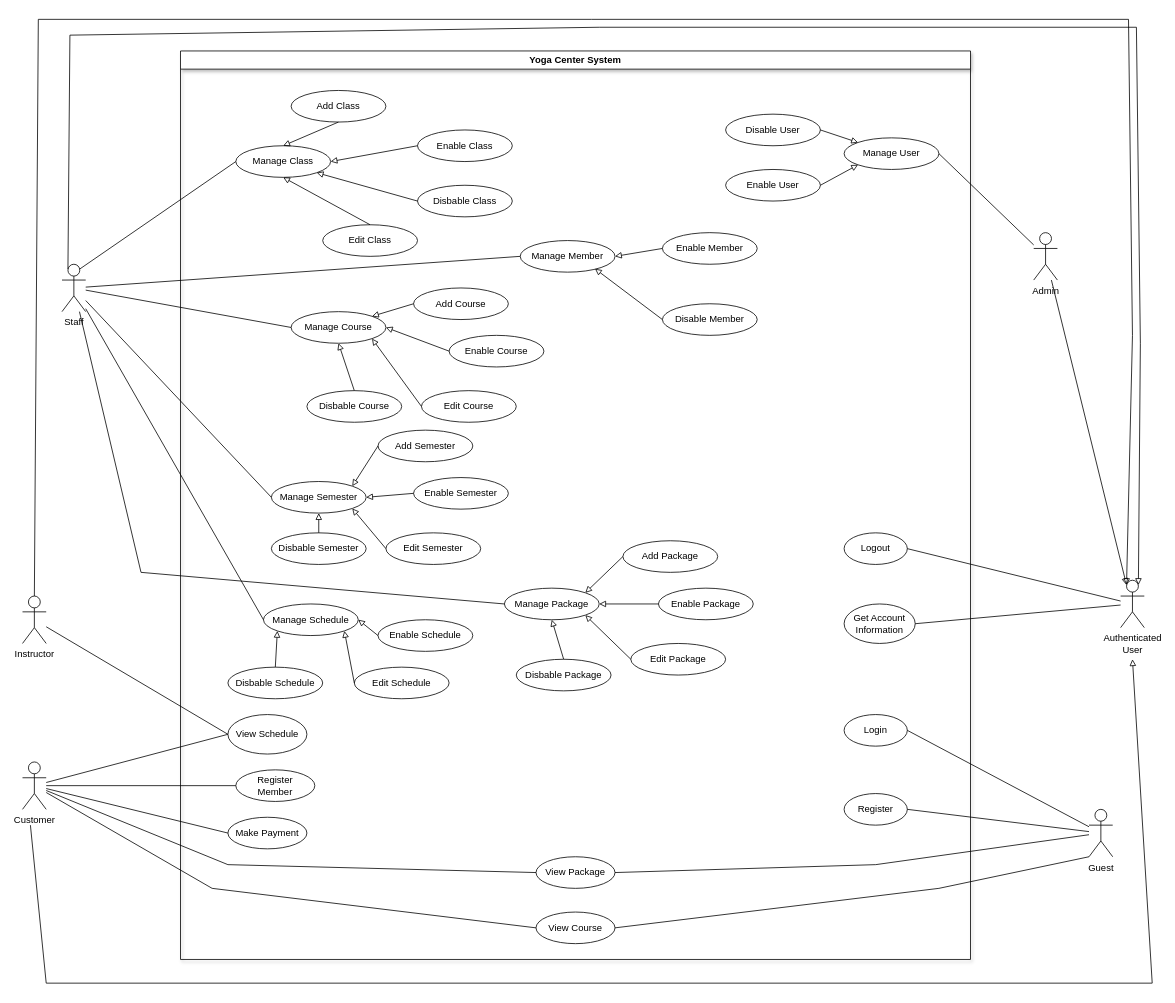
Above: page "SWR1" (4 of 4) of Untitled Diagram.drawio in minhng-178/web-starter-projects (draw.io), before the change. Source tidied: cells renumbered, new cells numbered last; positions are measured from the earlier drawing's top-left corner, leaving out a move shared by most shapes. Both pictures are drawn from the tidied source at 79%, with x=0, y=0 at pixel (22, 19).
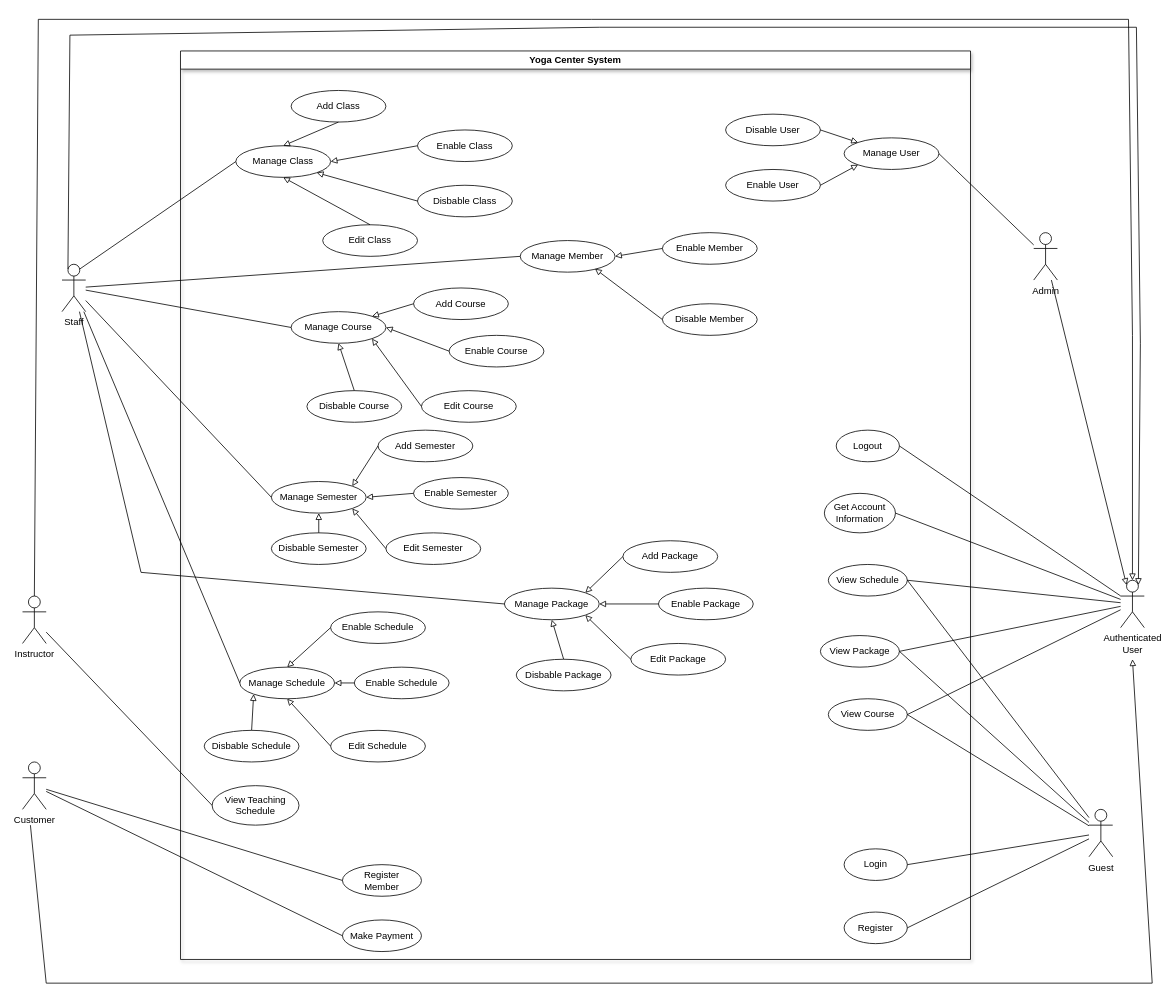
The same diagram, later.

Commit message:
Cập nhật Untitled Diagram.drawio

The change refers to these unchanged cells:
```xml
<mxCell id="2" value="Yoga Center System" style="swimlane;whiteSpace=wrap;html=1;shadow=1;fontStyle=1;" parent="1" vertex="1">
  <mxGeometry x="200" y="40" width="1000" height="1150" as="geometry" />
</mxCell>
<mxCell id="66" value="Instructor" style="shape=umlActor;verticalLabelPosition=bottom;verticalAlign=top;html=1;outlineConnect=0;" parent="1" vertex="1">
  <mxGeometry y="730" width="30" height="60" as="geometry" />
</mxCell>
<mxCell id="67" value="Customer" style="shape=umlActor;verticalLabelPosition=bottom;verticalAlign=top;html=1;outlineConnect=0;" parent="1" vertex="1">
  <mxGeometry y="940" width="30" height="60" as="geometry" />
</mxCell>
<mxCell id="69" value="Authenticated&lt;br&gt;User" style="shape=umlActor;verticalLabelPosition=bottom;verticalAlign=top;html=1;outlineConnect=0;" parent="1" vertex="1">
  <mxGeometry x="1390" y="710" width="30" height="60" as="geometry" />
</mxCell>
<mxCell id="70" value="Guest" style="shape=umlActor;verticalLabelPosition=bottom;verticalAlign=top;html=1;outlineConnect=0;" parent="1" vertex="1">
  <mxGeometry x="1350" y="1000" width="30" height="60" as="geometry" />
</mxCell>
```

What changed in the source:
```diff
@@
     <mxCell id="3" value="Login" style="ellipse;whiteSpace=wrap;html=1;" parent="2" vertex="1">
-      <mxGeometry x="840" y="840" width="80" height="40" as="geometry" />
+      <mxGeometry x="840" y="1010" width="80" height="40" as="geometry" />
     </mxCell>
     <mxCell id="4" value="Register" style="ellipse;whiteSpace=wrap;html=1;" parent="2" vertex="1">
-      <mxGeometry x="840" y="940" width="80" height="40" as="geometry" />
+      <mxGeometry x="840" y="1090" width="80" height="40" as="geometry" />
     </mxCell>
     <mxCell id="5" value="Logout" style="ellipse;whiteSpace=wrap;html=1;" parent="2" vertex="1">
-      <mxGeometry x="840" y="610" width="80" height="40" as="geometry" />
+      <mxGeometry x="830" y="480" width="80" height="40" as="geometry" />
     </mxCell>
     <mxCell id="6" value="Get Account Information" style="ellipse;whiteSpace=wrap;html=1;" parent="2" vertex="1">
-      <mxGeometry x="840" y="700" width="90" height="50" as="geometry" />
+      <mxGeometry x="815" y="560" width="90" height="50" as="geometry" />
     </mxCell>
@@
     <mxCell id="10" value="View Course" style="ellipse;whiteSpace=wrap;html=1;" parent="2" vertex="1">
-      <mxGeometry x="450" y="1090" width="100" height="40" as="geometry" />
+      <mxGeometry x="820" y="820" width="100" height="40" as="geometry" />
     </mxCell>
     <mxCell id="11" value="Register &lt;br&gt;Member" style="ellipse;whiteSpace=wrap;html=1;" parent="2" vertex="1">
-      <mxGeometry x="70" y="910" width="100" height="40" as="geometry" />
+      <mxGeometry x="205" y="1030" width="100" height="40" as="geometry" />
     </mxCell>
-    <mxCell id="12" value="View Schedule" style="ellipse;whiteSpace=wrap;html=1;" parent="2" vertex="1">
-      <mxGeometry x="60" y="840" width="100" height="50" as="geometry" />
+    <mxCell id="12" value="View Teaching&lt;br&gt;Schedule" style="ellipse;whiteSpace=wrap;html=1;" parent="2" vertex="1">
+      <mxGeometry x="40" y="930" width="110" height="50" as="geometry" />
     </mxCell>
@@
     <mxCell id="34" value="Enable Schedule" style="ellipse;whiteSpace=wrap;html=1;" parent="2" vertex="1">
-      <mxGeometry x="250" y="720" width="120" height="40" as="geometry" />
+      <mxGeometry x="220" y="780" width="120" height="40" as="geometry" />
     </mxCell>
@@
     <mxCell id="36" value="Disbable Schedule" style="ellipse;whiteSpace=wrap;html=1;" parent="2" vertex="1">
-      <mxGeometry x="60" y="780" width="120" height="40" as="geometry" />
+      <mxGeometry x="30" y="860" width="120" height="40" as="geometry" />
     </mxCell>
     <mxCell id="37" value="Edit Schedule" style="ellipse;whiteSpace=wrap;html=1;" parent="2" vertex="1">
-      <mxGeometry x="220" y="780" width="120" height="40" as="geometry" />
+      <mxGeometry x="190" y="860" width="120" height="40" as="geometry" />
     </mxCell>
@@
-    <mxCell id="39" style="endArrow=block;html=1;rounded=0;endFill=0;exitX=0;exitY=0.5;exitDx=0;exitDy=0;entryX=1;entryY=1;entryDx=0;entryDy=0;" parent="2" edge="1" source="37" target="40">
+    <mxCell id="39" style="endArrow=block;html=1;rounded=0;endFill=0;exitX=0;exitY=0.5;exitDx=0;exitDy=0;entryX=0.5;entryY=1;entryDx=0;entryDy=0;" parent="2" edge="1" source="37" target="40">
       <mxGeometry relative="1" as="geometry" />
     </mxCell>
     <mxCell id="40" value="Manage Schedule" style="ellipse;whiteSpace=wrap;html=1;" parent="2" vertex="1">
-      <mxGeometry x="105" y="700" width="120" height="40" as="geometry" />
+      <mxGeometry x="75" y="780" width="120" height="40" as="geometry" />
     </mxCell>
@@
     <mxCell id="55" value="Make Payment" style="ellipse;whiteSpace=wrap;html=1;" parent="2" vertex="1">
-      <mxGeometry x="60" y="970" width="100" height="40" as="geometry" />
+      <mxGeometry x="205" y="1100" width="100" height="40" as="geometry" />
     </mxCell>
@@
     <mxCell id="65" value="View Package" style="ellipse;whiteSpace=wrap;html=1;" parent="2" vertex="1">
-      <mxGeometry x="450" y="1020" width="100" height="40" as="geometry" />
+      <mxGeometry x="810" y="740" width="100" height="40" as="geometry" />
     </mxCell>
+    <mxCell id="94" value="Enable Schedule" style="ellipse;whiteSpace=wrap;html=1;" parent="2" vertex="1">
+      <mxGeometry x="190" y="710" width="120" height="40" as="geometry" />
+    </mxCell>
+    <mxCell id="95" style="endArrow=block;html=1;rounded=0;entryX=0.5;entryY=0;entryDx=0;entryDy=0;endFill=0;exitX=0;exitY=0.5;exitDx=0;exitDy=0;" parent="2" edge="1" source="94" target="40">
+      <mxGeometry relative="1" as="geometry" />
+    </mxCell>
+    <mxCell id="96" value="View Schedule" style="ellipse;whiteSpace=wrap;html=1;" parent="2" vertex="1">
+      <mxGeometry x="820" y="650" width="100" height="40" as="geometry" />
+    </mxCell>
@@
-    <mxCell id="72" style="endArrow=block;html=1;rounded=0;exitX=0.5;exitY=0;exitDx=0;exitDy=0;exitPerimeter=0;entryX=0.25;entryY=0.1;entryDx=0;entryDy=0;entryPerimeter=0;endFill=0;" parent="1" edge="1" source="66" target="69">
+    <mxCell id="72" style="endArrow=block;html=1;rounded=0;exitX=0.5;exitY=0;exitDx=0;exitDy=0;exitPerimeter=0;entryX=0.5;entryY=0;entryDx=0;entryDy=0;entryPerimeter=0;endFill=0;" parent="1" edge="1" source="66" target="69">
       <mxGeometry relative="1" as="geometry">
         <Array as="points">
           <mxPoint x="20" />
           <mxPoint x="720" />
           <mxPoint x="1400" />
           <mxPoint x="1405" y="400" />
         </Array>
       </mxGeometry>
     </mxCell>
@@
-    <mxCell id="77" style="endArrow=none;html=1;rounded=0;entryX=0;entryY=0.5;entryDx=0;entryDy=0;" parent="1" edge="1" source="67" target="10">
-      <mxGeometry relative="1" as="geometry">
-        <Array as="points">
-          <mxPoint x="240" y="1100" />
-        </Array>
-      </mxGeometry>
-    </mxCell>
-    <mxCell id="78" style="endArrow=none;html=1;rounded=0;entryX=0;entryY=1;entryDx=0;entryDy=0;entryPerimeter=0;exitX=1;exitY=0.5;exitDx=0;exitDy=0;" parent="1" edge="1" source="10" target="70">
-      <mxGeometry relative="1" as="geometry">
-        <Array as="points">
-          <mxPoint x="1160" y="1100" />
-        </Array>
-      </mxGeometry>
-    </mxCell>
@@
-    <mxCell id="80" style="endArrow=none;html=1;rounded=0;entryX=0;entryY=0.5;entryDx=0;entryDy=0;" parent="1" edge="1" source="67" target="12">
-      <mxGeometry relative="1" as="geometry" />
-    </mxCell>
@@
-    <mxCell id="92" style="endArrow=none;html=1;rounded=0;exitX=0;exitY=0.5;exitDx=0;exitDy=0;" parent="1" edge="1" source="65" target="67">
-      <mxGeometry relative="1" as="geometry">
-        <Array as="points">
-          <mxPoint x="260" y="1070" />
-        </Array>
-      </mxGeometry>
-    </mxCell>
+    <mxCell id="97" style="endArrow=none;html=1;rounded=0;exitX=1;exitY=0.5;exitDx=0;exitDy=0;" parent="1" edge="1" source="96" target="69">
+      <mxGeometry relative="1" as="geometry" />
+    </mxCell>
+    <mxCell id="98" style="endArrow=none;html=1;rounded=0;exitX=1;exitY=0.5;exitDx=0;exitDy=0;" parent="1" edge="1" source="65" target="69">
+      <mxGeometry relative="1" as="geometry" />
+    </mxCell>
+    <mxCell id="99" style="endArrow=none;html=1;rounded=0;exitX=1;exitY=0.5;exitDx=0;exitDy=0;" parent="1" edge="1" source="10" target="69">
+      <mxGeometry relative="1" as="geometry" />
+    </mxCell>
+    <mxCell id="78" style="endArrow=none;html=1;rounded=0;exitX=1;exitY=0.5;exitDx=0;exitDy=0;" parent="1" edge="1" source="10" target="70">
+      <mxGeometry relative="1" as="geometry" />
+    </mxCell>
     <mxCell id="93" style="endArrow=none;html=1;rounded=0;exitX=1;exitY=0.5;exitDx=0;exitDy=0;" parent="1" edge="1" source="65" target="70">
-      <mxGeometry relative="1" as="geometry">
-        <Array as="points">
-          <mxPoint x="1080" y="1070" />
-        </Array>
-      </mxGeometry>
+      <mxGeometry relative="1" as="geometry" />
     </mxCell>
+    <mxCell id="100" style="endArrow=none;html=1;rounded=0;exitX=1;exitY=0.5;exitDx=0;exitDy=0;" parent="1" edge="1" source="96" target="70">
+      <mxGeometry relative="1" as="geometry" />
+    </mxCell>
```
